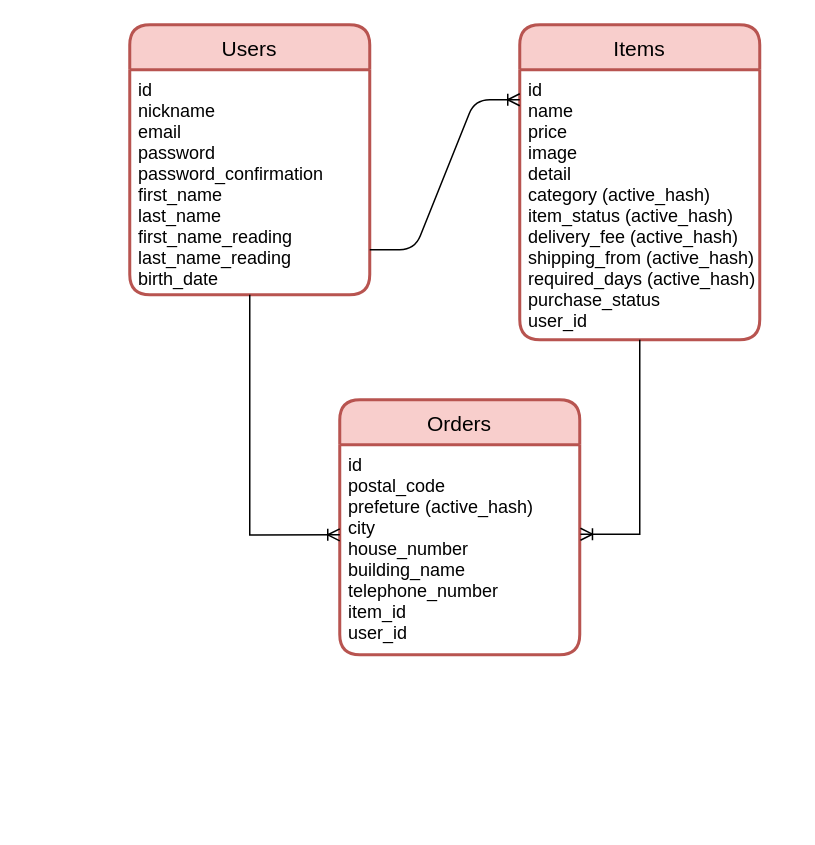
This is furima-32050.dio from yuki526/furima-32050, a draw.io file, before an edit. Source tidied: cells renumbered, new cells numbered last; positions are measured from the earlier drawing's top-left corner, leaving out a move shared by most shapes. Both pictures are drawn from the tidied source at 150%, with x=0, y=0 at pixel (129, 24).
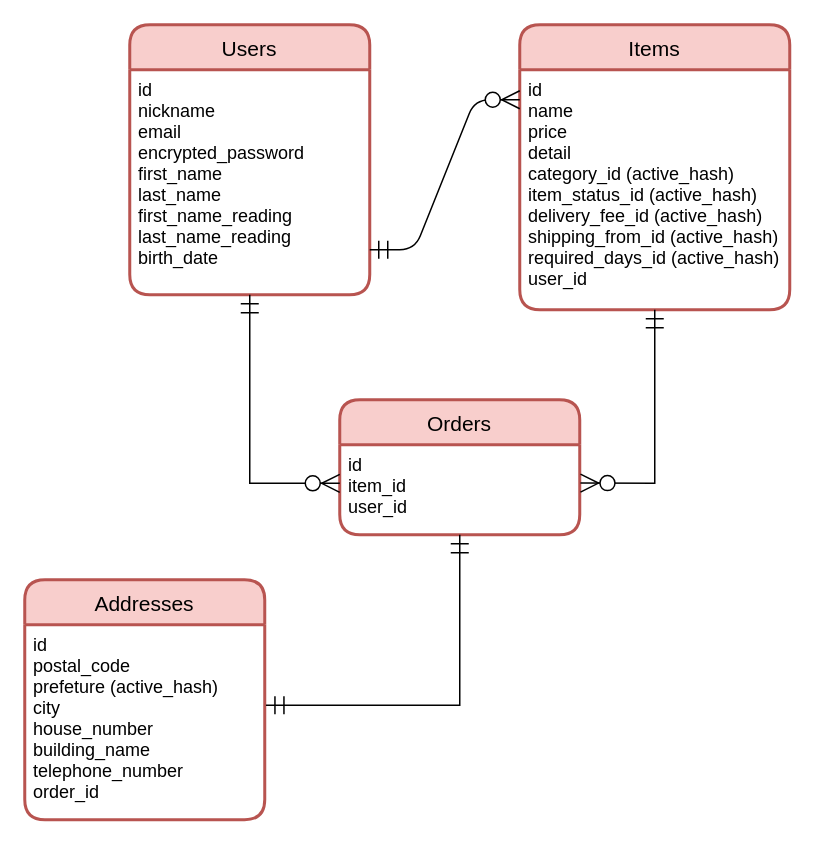
Above is the later version.

Diff of the diagram source:
```diff
@@
 <mxGraphModel>
   <root>
     <mxCell id="0" />
     <mxCell id="1" parent="0" />
     <mxCell id="2" value="Users" style="swimlane;horizontal=1;startSize=30;rounded=1;fontSize=14;fontStyle=0;strokeWidth=2;shadow=0;dashed=0;align=center;fillColor=#f8cecc;strokeColor=#b85450;fontFamily=Helvetica;" parent="1" vertex="1">
       <mxGeometry width="160" height="180" as="geometry" />
     </mxCell>
-    <mxCell id="3" value="id&#10;nickname&#10;email&#10;password&#10;password_confirmation&#10;first_name&#10;last_name&#10;first_name_reading&#10;last_name_reading&#10;birth_date&#10;" style="align=left;strokeColor=none;fillColor=none;spacingLeft=4;fontSize=12;verticalAlign=top;" parent="2" vertex="1">
+    <mxCell id="3" value="id&#10;nickname&#10;email&#10;encrypted_password&#10;first_name&#10;last_name&#10;first_name_reading&#10;last_name_reading&#10;birth_date&#10;" style="align=left;strokeColor=none;fillColor=none;spacingLeft=4;fontSize=12;verticalAlign=top;" parent="2" vertex="1">
       <mxGeometry y="30" width="160" height="150" as="geometry" />
     </mxCell>
     <mxCell id="4" value="Items" style="swimlane;horizontal=1;startSize=30;rounded=1;fontSize=14;fontStyle=0;strokeWidth=2;shadow=0;dashed=0;align=center;fillColor=#f8cecc;strokeColor=#b85450;fontFamily=Helvetica;" parent="1" vertex="1">
-      <mxGeometry x="260" width="160" height="210" as="geometry" />
+      <mxGeometry x="260" width="180" height="190" as="geometry" />
     </mxCell>
-    <mxCell id="5" value="id&#10;name&#10;price&#10;image&#10;detail&#10;category (active_hash)&#10;item_status (active_hash)&#10;delivery_fee (active_hash)&#10;shipping_from (active_hash)&#10;required_days (active_hash)&#10;purchase_status &#10;user_id&#10;" style="align=left;strokeColor=none;fillColor=none;spacingLeft=4;fontSize=12;verticalAlign=top;" parent="4" vertex="1">
-      <mxGeometry y="30" width="160" height="180" as="geometry" />
+    <mxCell id="5" value="id&#10;name&#10;price&#10;detail&#10;category_id (active_hash)&#10;item_status_id (active_hash)&#10;delivery_fee_id (active_hash)&#10;shipping_from_id (active_hash)&#10;required_days_id (active_hash)&#10;user_id&#10;" style="align=left;strokeColor=none;fillColor=none;spacingLeft=4;fontSize=12;verticalAlign=top;" parent="4" vertex="1">
+      <mxGeometry y="30" width="180" height="160" as="geometry" />
     </mxCell>
-    <mxCell id="6" style="edgeStyle=entityRelationEdgeStyle;fontSize=12;html=1;endArrow=ERoneToMany;" parent="1" edge="1">
+    <mxCell id="6" style="edgeStyle=entityRelationEdgeStyle;fontSize=12;html=1;endArrow=ERzeroToMany;endFill=1;startArrow=ERmandOne;startFill=0;endSize=10;startSize=10;" parent="1" edge="1">
       <mxGeometry relative="1" as="geometry">
         <mxPoint x="160" y="150" as="sourcePoint" />
         <mxPoint x="260" y="50" as="targetPoint" />
       </mxGeometry>
     </mxCell>
     <mxCell id="7" value="Orders" style="swimlane;horizontal=1;startSize=30;rounded=1;fontSize=14;fontStyle=0;strokeWidth=2;shadow=0;dashed=0;align=center;fillColor=#f8cecc;strokeColor=#b85450;fontFamily=Helvetica;" parent="1" vertex="1">
-      <mxGeometry x="140" y="250" width="160" height="170" as="geometry" />
+      <mxGeometry x="140" y="250" width="160" height="90" as="geometry" />
     </mxCell>
-    <mxCell id="8" value="id&#10;postal_code&#10;prefeture (active_hash)&#10;city&#10;house_number&#10;building_name&#10;telephone_number&#10;item_id&#10;user_id" style="align=left;strokeColor=none;fillColor=none;spacingLeft=4;fontSize=12;verticalAlign=top;" parent="7" vertex="1">
-      <mxGeometry y="30" width="160" height="140" as="geometry" />
+    <mxCell id="8" value="id&#10;item_id&#10;user_id" style="align=left;strokeColor=none;fillColor=none;spacingLeft=4;fontSize=12;verticalAlign=top;" parent="7" vertex="1">
+      <mxGeometry y="30" width="160" height="60" as="geometry" />
     </mxCell>
-    <mxCell id="9" style="edgeStyle=orthogonalEdgeStyle;rounded=0;jettySize=auto;html=1;exitX=0.5;exitY=1;exitDx=0;exitDy=0;entryX=0;entryY=0.429;entryDx=0;entryDy=0;entryPerimeter=0;startSize=30;fontFamily=Helvetica;fontSize=14;endArrow=ERoneToMany;endFill=0;" parent="1" edge="1" source="3" target="8">
+    <mxCell id="9" style="edgeStyle=orthogonalEdgeStyle;rounded=0;jettySize=auto;html=1;exitX=0.5;exitY=1;exitDx=0;exitDy=0;entryX=0;entryY=0.429;entryDx=0;entryDy=0;entryPerimeter=0;startSize=10;fontFamily=Helvetica;fontSize=14;endArrow=ERzeroToMany;endFill=1;endSize=10;startArrow=ERmandOne;startFill=0;" parent="1" edge="1" source="3" target="8">
       <mxGeometry relative="1" as="geometry" />
     </mxCell>
-    <mxCell id="10" style="edgeStyle=orthogonalEdgeStyle;rounded=0;jettySize=auto;html=1;exitX=0.5;exitY=1;exitDx=0;exitDy=0;startSize=30;endArrow=ERoneToMany;endFill=0;fontFamily=Helvetica;fontSize=14;entryX=1.003;entryY=0.426;entryDx=0;entryDy=0;entryPerimeter=0;" parent="1" edge="1" source="5" target="8">
+    <mxCell id="10" style="edgeStyle=orthogonalEdgeStyle;rounded=0;jettySize=auto;html=1;exitX=0.5;exitY=1;exitDx=0;exitDy=0;startSize=10;endArrow=ERzeroToMany;endFill=1;fontFamily=Helvetica;fontSize=14;entryX=1.003;entryY=0.426;entryDx=0;entryDy=0;entryPerimeter=0;startArrow=ERmandOne;startFill=0;endSize=10;" parent="1" edge="1" source="5" target="8">
       <mxGeometry relative="1" as="geometry" />
     </mxCell>
+    <mxCell id="11" value="Addresses" style="swimlane;horizontal=1;startSize=30;rounded=1;fontSize=14;fontStyle=0;strokeWidth=2;shadow=0;dashed=0;align=center;fillColor=#f8cecc;strokeColor=#b85450;fontFamily=Helvetica;" parent="1" vertex="1">
+      <mxGeometry x="-70" y="370" width="160" height="160" as="geometry" />
+    </mxCell>
+    <mxCell id="12" value="id&#10;postal_code&#10;prefeture (active_hash)&#10;city&#10;house_number&#10;building_name&#10;telephone_number&#10;order_id" style="align=left;strokeColor=none;fillColor=none;spacingLeft=4;fontSize=12;verticalAlign=top;" parent="11" vertex="1">
+      <mxGeometry y="30" width="160" height="130" as="geometry" />
+    </mxCell>
+    <mxCell id="13" style="edgeStyle=orthogonalEdgeStyle;rounded=0;jettySize=auto;html=1;exitX=0.5;exitY=1;exitDx=0;exitDy=0;entryX=1.005;entryY=0.413;entryDx=0;entryDy=0;entryPerimeter=0;endArrow=ERmandOne;endFill=0;startArrow=ERmandOne;startFill=0;endSize=10;startSize=10;" parent="1" edge="1" source="8" target="12">
+      <mxGeometry relative="1" as="geometry" />
+    </mxCell>
   </root>
 </mxGraphModel>
```
